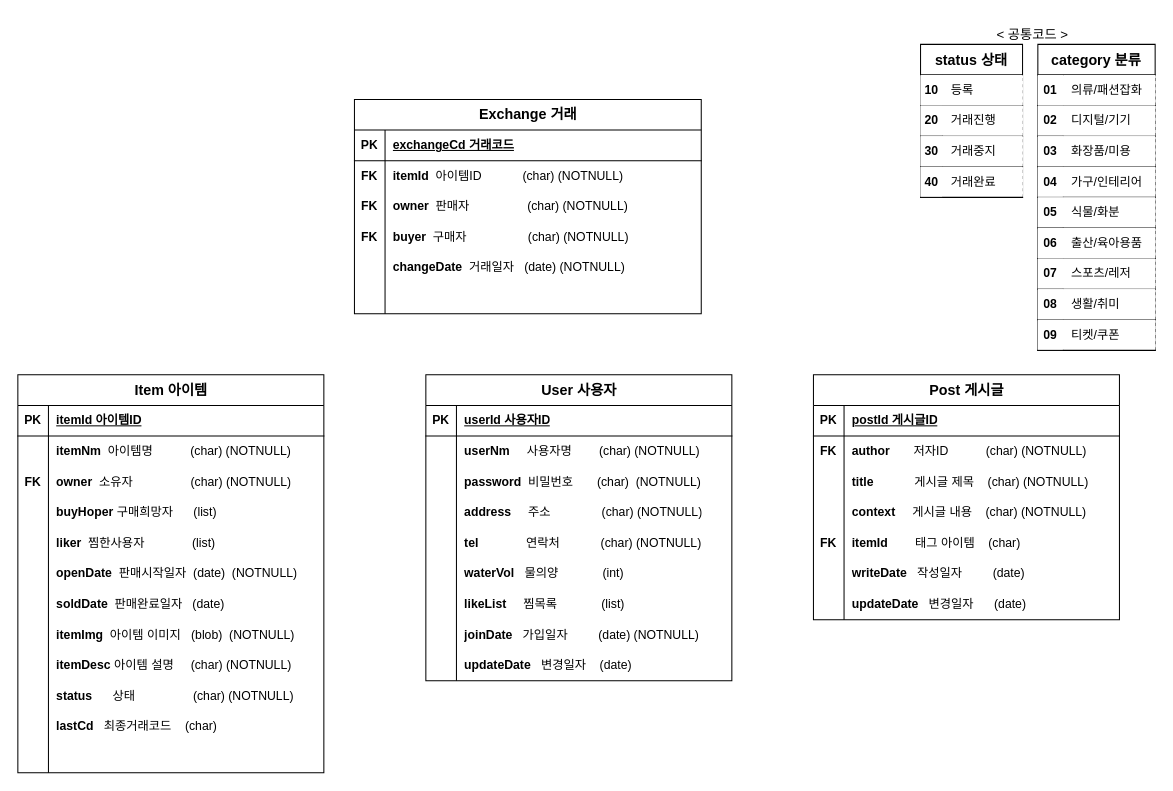
eunbinoh/myReact keeps this draw.io diagram as myreact.drawio. Above is the earlier version. Source tidied: cells renumbered, new cells numbered last; positions are measured from the earlier drawing's top-left corner, leaving out a move shared by most shapes. Both pictures are drawn from the tidied source at 102%, with x=0, y=0 at pixel (17, 17).
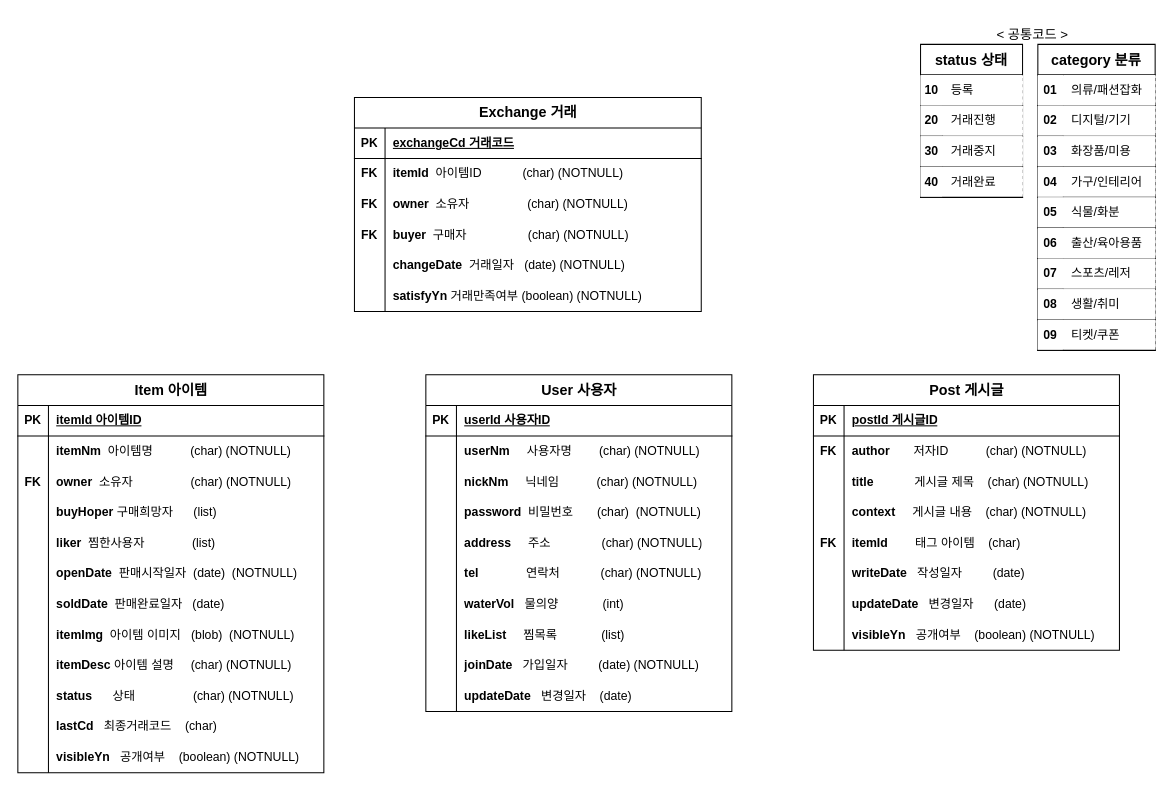
The same diagram, later.

The change refers to these unchanged cells:
```xml
<mxCell id="37" style="shape=tableRow;horizontal=0;startSize=0;swimlaneHead=0;swimlaneBody=0;fillColor=none;top=0;left=0;right=0;bottom=0;labelBackgroundColor=none;rounded=0;" parent="3" vertex="1">
  <mxGeometry y="360" width="300" height="30" as="geometry" />
</mxCell>
<mxCell id="47" style="shape=tableRow;horizontal=0;startSize=0;swimlaneHead=0;swimlaneBody=0;fillColor=none;top=0;left=0;right=0;bottom=0;labelBackgroundColor=none;rounded=0;" parent="40" vertex="1">
  <mxGeometry y="90" width="340" height="30" as="geometry" />
</mxCell>
<mxCell id="56" style="shape=tableRow;horizontal=0;startSize=0;swimlaneHead=0;swimlaneBody=0;fillColor=none;top=0;left=0;right=0;bottom=0;labelBackgroundColor=none;rounded=0;" parent="40" vertex="1">
  <mxGeometry y="180" width="340" height="30" as="geometry" />
</mxCell>
```

What changed in the source:
```diff
@@
-    <mxCell id="39" style="shape=partialRectangle;fillColor=none;top=0;left=0;bottom=0;right=0;align=left;spacingLeft=6;overflow=hidden;whiteSpace=wrap;html=1;labelBackgroundColor=none;rounded=0;" parent="37" vertex="1">
+    <mxCell id="39" value="&lt;b style=&quot;border-color: var(--border-color);&quot;&gt;visibleYn&lt;/b&gt;&amp;nbsp; &amp;nbsp;공개여부&amp;nbsp; &amp;nbsp; (boolean) (NOTNULL)" style="shape=partialRectangle;fillColor=none;top=0;left=0;bottom=0;right=0;align=left;spacingLeft=6;overflow=hidden;whiteSpace=wrap;html=1;labelBackgroundColor=none;rounded=0;" parent="37" vertex="1">
       <mxGeometry x="30" width="270" height="30" as="geometry" />
     </mxCell>
     <mxCell id="40" value="&lt;font style=&quot;font-size: 14px;&quot;&gt;Exchange 거래&lt;/font&gt;" style="shape=table;startSize=30;childLayout=tableLayout;rowLines=0;fontStyle=1;align=center;html=1;labelBackgroundColor=none;rounded=0;" parent="1" vertex="1">
-      <mxGeometry x="330" y="80" width="340" height="210" as="geometry" />
+      <mxGeometry x="330" y="78" width="340" height="210" as="geometry" />
     </mxCell>
@@
-    <mxCell id="49" value="&lt;b&gt;owner&lt;/b&gt;&amp;nbsp; 판매자&amp;nbsp; &amp;nbsp; &amp;nbsp; &amp;nbsp; &amp;nbsp; &amp;nbsp; &amp;nbsp; &amp;nbsp; &amp;nbsp;(char) (NOTNULL)" style="shape=partialRectangle;fillColor=none;top=0;left=0;bottom=0;right=0;align=left;spacingLeft=6;overflow=hidden;whiteSpace=wrap;html=1;labelBackgroundColor=none;rounded=0;" parent="47" vertex="1">
+    <mxCell id="49" value="&lt;b&gt;owner&lt;/b&gt;&amp;nbsp; 소유자&amp;nbsp; &amp;nbsp; &amp;nbsp; &amp;nbsp; &amp;nbsp; &amp;nbsp; &amp;nbsp; &amp;nbsp; &amp;nbsp;(char) (NOTNULL)" style="shape=partialRectangle;fillColor=none;top=0;left=0;bottom=0;right=0;align=left;spacingLeft=6;overflow=hidden;whiteSpace=wrap;html=1;labelBackgroundColor=none;rounded=0;" parent="47" vertex="1">
       <mxGeometry x="30" width="310" height="30" as="geometry" />
     </mxCell>
@@
-    <mxCell id="58" style="shape=partialRectangle;fillColor=none;top=0;left=0;bottom=0;right=0;align=left;spacingLeft=6;overflow=hidden;whiteSpace=wrap;html=1;labelBackgroundColor=none;rounded=0;" parent="56" vertex="1">
+    <mxCell id="58" value="&lt;b&gt;satisfyYn&amp;nbsp;&lt;/b&gt;거래만족여부 (boolean) (NOTNULL)" style="shape=partialRectangle;fillColor=none;top=0;left=0;bottom=0;right=0;align=left;spacingLeft=6;overflow=hidden;whiteSpace=wrap;html=1;labelBackgroundColor=none;rounded=0;" parent="56" vertex="1">
       <mxGeometry x="30" width="310" height="30" as="geometry" />
     </mxCell>
     <mxCell id="59" value="&lt;font style=&quot;font-size: 14px;&quot;&gt;User 사용자&lt;/font&gt;" style="shape=table;startSize=30;childLayout=tableLayout;rowLines=0;fontStyle=1;align=center;html=1;labelBackgroundColor=none;rounded=0;" parent="1" vertex="1">
-      <mxGeometry x="400" y="350" width="300" height="300" as="geometry" />
+      <mxGeometry x="400" y="350" width="300" height="330" as="geometry" />
     </mxCell>
@@
+    <mxCell id="151" style="shape=tableRow;horizontal=0;startSize=0;swimlaneHead=0;swimlaneBody=0;fillColor=none;top=0;left=0;right=0;bottom=0;labelBackgroundColor=none;rounded=0;" parent="59" vertex="1">
+      <mxGeometry y="90" width="300" height="30" as="geometry" />
+    </mxCell>
+    <mxCell id="152" style="shape=partialRectangle;fillColor=none;top=0;left=0;bottom=0;right=0;overflow=hidden;whiteSpace=wrap;html=1;labelBackgroundColor=none;rounded=0;" parent="151" vertex="1">
+      <mxGeometry width="30" height="30" as="geometry" />
+    </mxCell>
+    <mxCell id="153" value="&lt;b&gt;nickNm&lt;/b&gt;&amp;nbsp; &amp;nbsp; &amp;nbsp;닉네임&amp;nbsp; &amp;nbsp; &amp;nbsp; &amp;nbsp; &amp;nbsp; &amp;nbsp;(char) (NOTNULL)&amp;nbsp;" style="shape=partialRectangle;fillColor=none;top=0;left=0;bottom=0;right=0;align=left;spacingLeft=6;overflow=hidden;whiteSpace=wrap;html=1;labelBackgroundColor=none;rounded=0;" parent="151" vertex="1">
+      <mxGeometry x="30" width="270" height="30" as="geometry" />
+    </mxCell>
     <mxCell id="66" style="shape=tableRow;horizontal=0;startSize=0;swimlaneHead=0;swimlaneBody=0;fillColor=none;top=0;left=0;right=0;bottom=0;labelBackgroundColor=none;rounded=0;" parent="59" vertex="1">
-      <mxGeometry y="90" width="300" height="30" as="geometry" />
+      <mxGeometry y="120" width="300" height="30" as="geometry" />
     </mxCell>
@@
     <mxCell id="69" style="shape=tableRow;horizontal=0;startSize=0;swimlaneHead=0;swimlaneBody=0;fillColor=none;top=0;left=0;right=0;bottom=0;labelBackgroundColor=none;rounded=0;" parent="59" vertex="1">
-      <mxGeometry y="120" width="300" height="30" as="geometry" />
+      <mxGeometry y="150" width="300" height="30" as="geometry" />
     </mxCell>
@@
     <mxCell id="72" style="shape=tableRow;horizontal=0;startSize=0;swimlaneHead=0;swimlaneBody=0;fillColor=none;top=0;left=0;right=0;bottom=0;labelBackgroundColor=none;rounded=0;" parent="59" vertex="1">
-      <mxGeometry y="150" width="300" height="30" as="geometry" />
+      <mxGeometry y="180" width="300" height="30" as="geometry" />
     </mxCell>
@@
     <mxCell id="75" style="shape=tableRow;horizontal=0;startSize=0;swimlaneHead=0;swimlaneBody=0;fillColor=none;top=0;left=0;right=0;bottom=0;labelBackgroundColor=none;rounded=0;" parent="59" vertex="1">
-      <mxGeometry y="180" width="300" height="30" as="geometry" />
+      <mxGeometry y="210" width="300" height="30" as="geometry" />
     </mxCell>
@@
     <mxCell id="78" style="shape=tableRow;horizontal=0;startSize=0;swimlaneHead=0;swimlaneBody=0;fillColor=none;top=0;left=0;right=0;bottom=0;labelBackgroundColor=none;rounded=0;" parent="59" vertex="1">
-      <mxGeometry y="210" width="300" height="30" as="geometry" />
+      <mxGeometry y="240" width="300" height="30" as="geometry" />
     </mxCell>
@@
     <mxCell id="81" style="shape=tableRow;horizontal=0;startSize=0;swimlaneHead=0;swimlaneBody=0;fillColor=none;top=0;left=0;right=0;bottom=0;labelBackgroundColor=none;rounded=0;" parent="59" vertex="1">
-      <mxGeometry y="240" width="300" height="30" as="geometry" />
+      <mxGeometry y="270" width="300" height="30" as="geometry" />
     </mxCell>
@@
     <mxCell id="84" style="shape=tableRow;horizontal=0;startSize=0;swimlaneHead=0;swimlaneBody=0;fillColor=none;top=0;left=0;right=0;bottom=0;labelBackgroundColor=none;rounded=0;" parent="59" vertex="1">
-      <mxGeometry y="270" width="300" height="30" as="geometry" />
+      <mxGeometry y="300" width="300" height="30" as="geometry" />
     </mxCell>
@@
     <mxCell id="87" value="&lt;font style=&quot;font-size: 14px;&quot;&gt;Post 게시글&lt;/font&gt;" style="shape=table;startSize=30;childLayout=tableLayout;rowLines=0;fontStyle=1;align=center;html=1;labelBackgroundColor=none;rounded=0;" parent="1" vertex="1">
-      <mxGeometry x="780" y="350" width="300" height="240" as="geometry" />
+      <mxGeometry x="780" y="350" width="300" height="270" as="geometry" />
     </mxCell>
@@
+    <mxCell id="154" style="shape=tableRow;horizontal=0;startSize=0;swimlaneHead=0;swimlaneBody=0;fillColor=none;top=0;left=0;right=0;bottom=0;labelBackgroundColor=none;rounded=0;" parent="87" vertex="1">
+      <mxGeometry y="240" width="300" height="30" as="geometry" />
+    </mxCell>
+    <mxCell id="155" style="shape=partialRectangle;fillColor=none;top=0;left=0;bottom=0;right=0;overflow=hidden;whiteSpace=wrap;html=1;labelBackgroundColor=none;rounded=0;" parent="154" vertex="1">
+      <mxGeometry width="30" height="30" as="geometry" />
+    </mxCell>
+    <mxCell id="156" value="&lt;b&gt;visibleYn&lt;/b&gt;&amp;nbsp; &amp;nbsp;공개여부&amp;nbsp; &amp;nbsp; (boolean) (NOTNULL)" style="shape=partialRectangle;fillColor=none;top=0;left=0;bottom=0;right=0;align=left;spacingLeft=6;overflow=hidden;whiteSpace=wrap;html=1;labelBackgroundColor=none;rounded=0;" parent="154" vertex="1">
+      <mxGeometry x="30" width="270" height="30" as="geometry" />
+    </mxCell>
```
